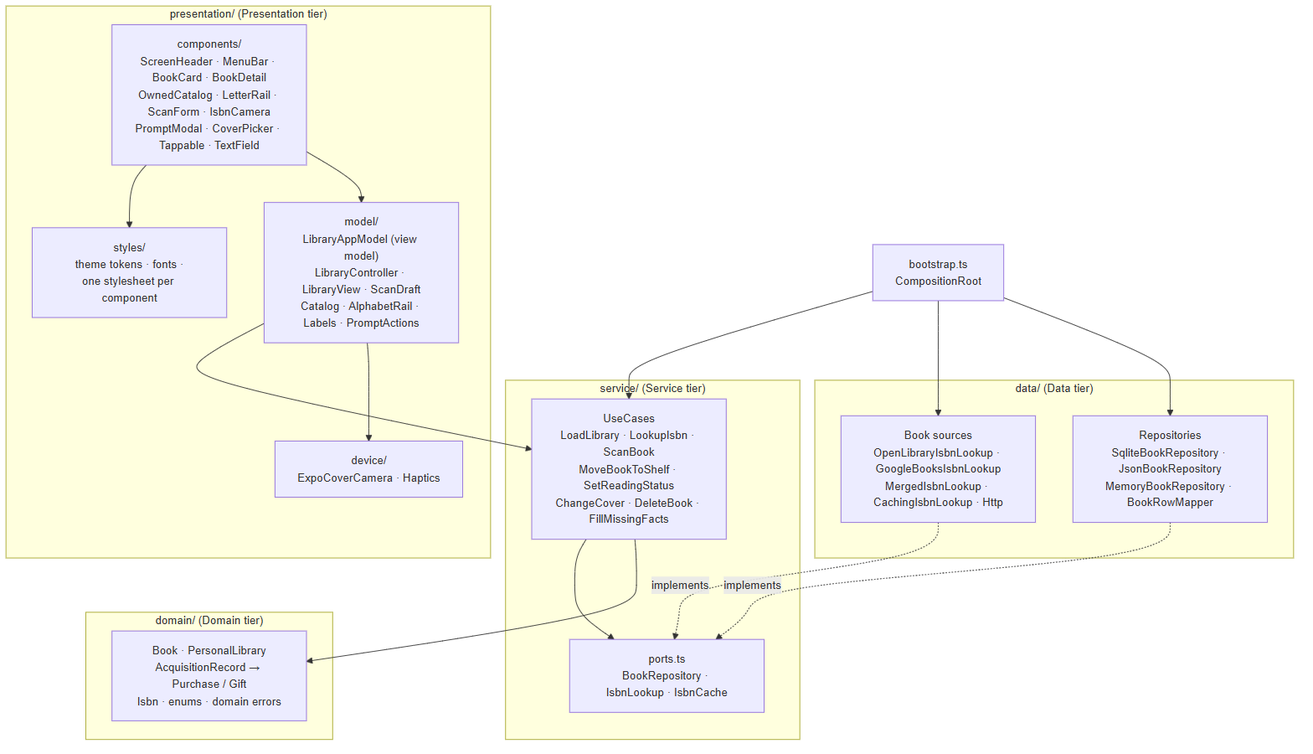
Above: docs/design/figures/decomposition.png in ghechavarria/cen5064-project-hechavarria (Mermaid), before the change. Its source is kept beside it as docs/design/diagrams/decomposition.mmd. Its diagram source:
```mermaid
flowchart TB
    subgraph P ["presentation/ (Presentation tier)"]
        direction LR
        views["components/<br/>ScreenHeader · MenuBar · BookCard · BookDetail<br/>OwnedCatalog · LetterRail · ScanForm · IsbnCamera<br/>PromptModal · CoverPicker · Tappable · TextField"]
        vm["model/<br/>LibraryAppModel (view model)<br/>LibraryController · LibraryView · ScanDraft<br/>Catalog · AlphabetRail · Labels · PromptActions"]
        dev["device/<br/>ExpoCoverCamera · Haptics"]
        sty["styles/<br/>theme tokens · fonts ·<br/>one stylesheet per component"]
    end
    subgraph S ["service/ (Service tier)"]
        direction LR
        uc["UseCases<br/>LoadLibrary · LookupIsbn · ScanBook<br/>MoveBookToShelf · SetReadingStatus<br/>ChangeCover · DeleteBook · FillMissingFacts"]
        ports["ports.ts<br/>BookRepository · IsbnLookup · IsbnCache"]
    end
    subgraph D ["domain/ (Domain tier)"]
        dm["Book · PersonalLibrary<br/>AcquisitionRecord → Purchase / Gift<br/>Isbn · enums · domain errors"]
    end
    subgraph DA ["data/ (Data tier)"]
        direction LR
        repo["Repositories<br/>SqliteBookRepository · JsonBookRepository<br/>MemoryBookRepository · BookRowMapper"]
        src["Book sources<br/>OpenLibraryIsbnLookup · GoogleBooksIsbnLookup<br/>MergedIsbnLookup · CachingIsbnLookup · Http"]
    end
    root["bootstrap.ts<br/>CompositionRoot"]
    views --> vm
    views --> sty
    vm --> dev
    vm --> uc
    uc --> dm
    uc --> ports
    repo -. implements .-> ports
    src -. implements .-> ports
    root --> repo
    root --> src
    root --> uc
```
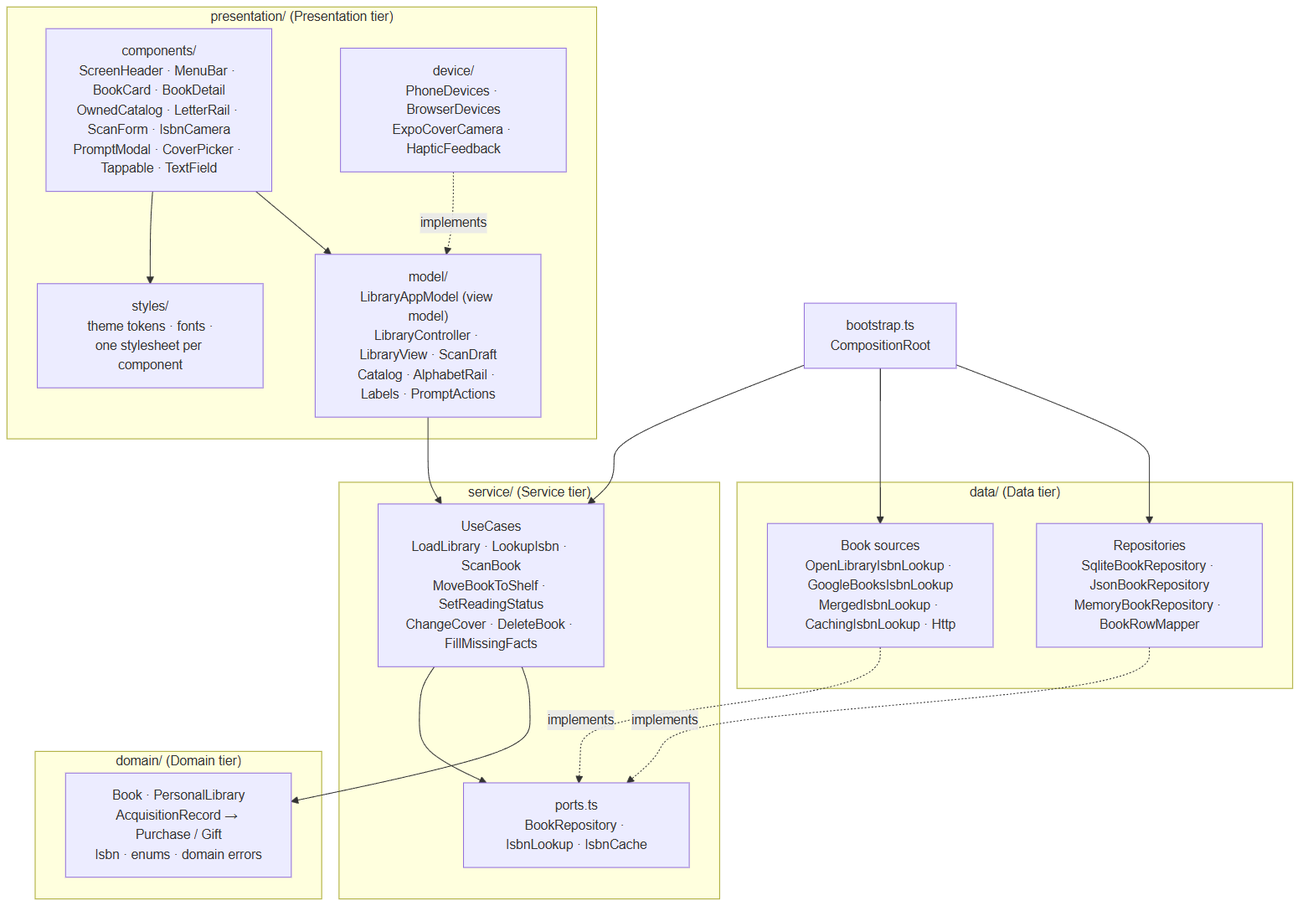
The same diagram one commit later.

Diff of the diagram source:
```diff
@@ -3,7 +3,7 @@
         direction LR
         views["components/<br/>ScreenHeader · MenuBar · BookCard · BookDetail<br/>OwnedCatalog · LetterRail · ScanForm · IsbnCamera<br/>PromptModal · CoverPicker · Tappable · TextField"]
         vm["model/<br/>LibraryAppModel (view model)<br/>LibraryController · LibraryView · ScanDraft<br/>Catalog · AlphabetRail · Labels · PromptActions"]
-        dev["device/<br/>ExpoCoverCamera · Haptics"]
+        dev["device/<br/>PhoneDevices · BrowserDevices<br/>ExpoCoverCamera · HapticFeedback"]
         sty["styles/<br/>theme tokens · fonts ·<br/>one stylesheet per component"]
     end
     subgraph S ["service/ (Service tier)"]
@@ -22,7 +22,7 @@
     root["bootstrap.ts<br/>CompositionRoot"]
     views --> vm
     views --> sty
-    vm --> dev
+    dev -. implements .-> vm
     vm --> uc
     uc --> dm
     uc --> ports
```
